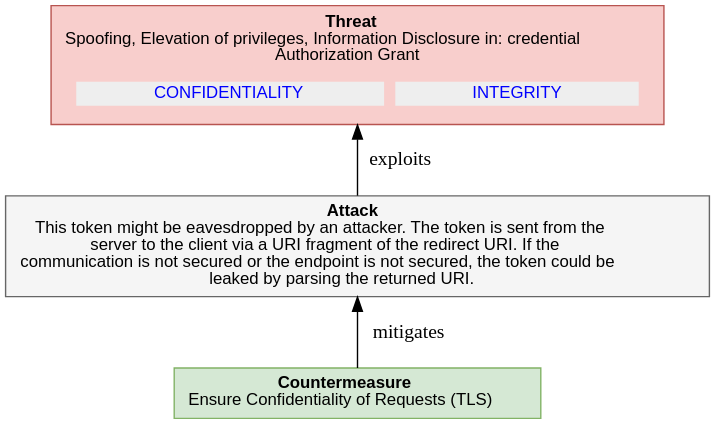
The PlantUML diagram report-examples/OAuth2/img/threatTree/4_4_2_1_TOKEN_LEAK1_NETWORK.svg in DavidCervigni/threat-models, before a commit. Its source is kept beside it as report-examples/OAuth2/img/threatTree/4_4_2_1_TOKEN_LEAK1_NETWORK.puml.
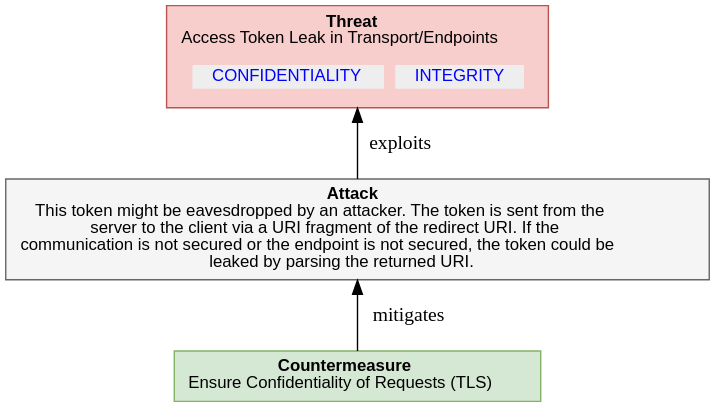
Above is the later version.

What changed in the source:
```diff
@@ -7,7 +7,7 @@
     <<table border="0" cellborder="0" cellspacing="0">
      <tr><td align="center"><b>Threat</b><br/>
 
-Spoofing, Elevation of privileges, Information Disclosure in: credential<br/>Authorization Grant
+Access Token Leak in Transport/Endpoints
 </td></tr>
      <tr><td><table border="0" cellborder="0" cellspacing="8"><tr>
                 ret += secObj.linkedImpactMDText()
```
